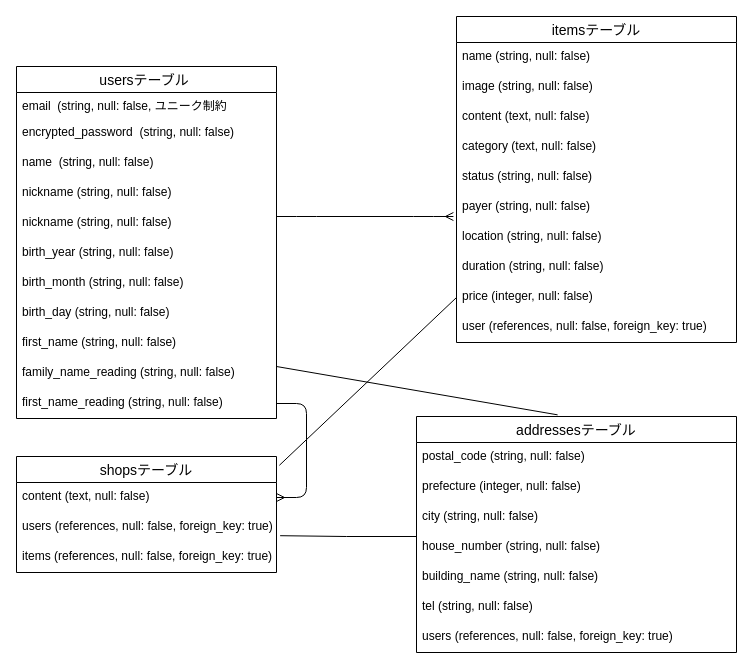
Earlier version of the draw.io diagram furima-39267.dio (okuroshiro/furima-39267). Source tidied: cells renumbered, new cells numbered last; positions are measured from the earlier drawing's top-left corner, leaving out a move shared by most shapes. Both pictures are drawn from the tidied source at 100%, with x=0, y=0 at pixel (16, 16).
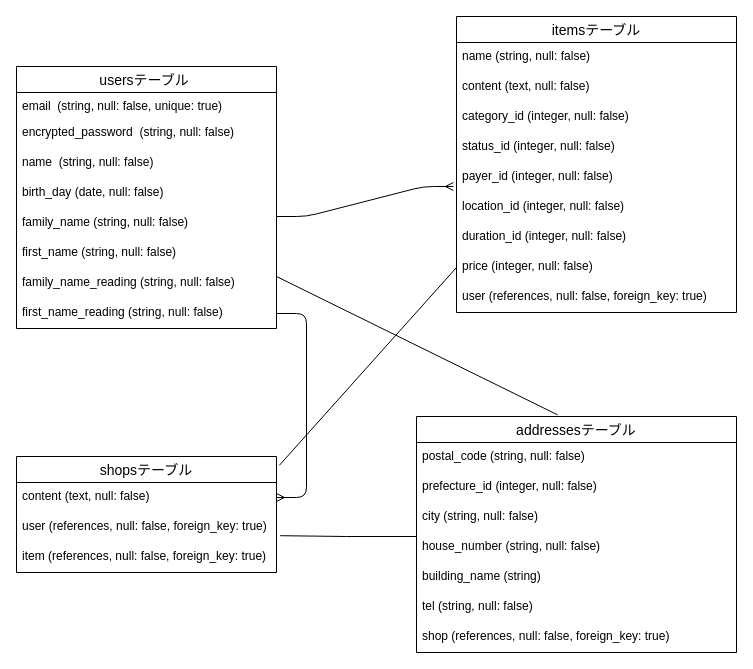
The same page after the edit.

Commit message (it also covers changes not shown here):
データベース設計　修正

The change refers to these unchanged cells:
```xml
<mxCell id="25" value="addressesテーブル" style="swimlane;fontStyle=0;horizontal=1;startSize=26;align=center;fontSize=14;" parent="1" vertex="1">
  <mxGeometry x="400" y="400" width="320" height="236" as="geometry" />
</mxCell>
<mxCell id="33" value="shopsテーブル" style="swimlane;fontStyle=0;horizontal=1;startSize=26;align=center;fontSize=14;" parent="1" vertex="1">
  <mxGeometry y="440" width="260" height="116" as="geometry" />
</mxCell>
```

Diff of the diagram source:
```diff
@@
     <mxCell id="2" value="usersテーブル " style="swimlane;fontStyle=0;horizontal=1;startSize=26;align=center;fontSize=14;" parent="1" vertex="1">
-      <mxGeometry y="50" width="260" height="352" as="geometry" />
+      <mxGeometry y="50" width="260" height="262" as="geometry" />
     </mxCell>
-    <mxCell id="3" value="email  (string, null: false, ユニーク制約" style="text;strokeColor=none;fillColor=none;spacingLeft=4;spacingRight=4;overflow=hidden;fontSize=12;" parent="2" vertex="1">
+    <mxCell id="3" value="email  (string, null: false, unique: true)" style="text;strokeColor=none;fillColor=none;spacingLeft=4;spacingRight=4;overflow=hidden;fontSize=12;" parent="2" vertex="1">
       <mxGeometry y="26" width="260" height="26" as="geometry" />
     </mxCell>
@@
-    <mxCell id="6" value="nickname (string, null: false)" style="text;strokeColor=none;fillColor=none;spacingLeft=4;spacingRight=4;overflow=hidden;fontSize=12;" parent="2" vertex="1">
-      <mxGeometry y="112" width="260" height="30" as="geometry" />
-    </mxCell>
-    <mxCell id="7" value="nickname (string, null: false)" style="text;strokeColor=none;fillColor=none;spacingLeft=4;spacingRight=4;overflow=hidden;fontSize=12;" parent="2" vertex="1">
-      <mxGeometry y="142" width="260" height="30" as="geometry" />
-    </mxCell>
-    <mxCell id="8" value="birth_year (string, null: false)" style="text;strokeColor=none;fillColor=none;spacingLeft=4;spacingRight=4;overflow=hidden;fontSize=12;" parent="2" vertex="1">
-      <mxGeometry y="172" width="260" height="30" as="geometry" />
-    </mxCell>
-    <mxCell id="9" value="birth_month (string, null: false)" style="text;strokeColor=none;fillColor=none;spacingLeft=4;spacingRight=4;overflow=hidden;fontSize=12;" parent="2" vertex="1">
-      <mxGeometry y="202" width="260" height="30" as="geometry" />
-    </mxCell>
-    <mxCell id="10" value="birth_day (string, null: false)" style="text;strokeColor=none;fillColor=none;spacingLeft=4;spacingRight=4;overflow=hidden;fontSize=12;" parent="2" vertex="1">
-      <mxGeometry y="232" width="260" height="30" as="geometry" />
+    <mxCell id="10" value="birth_day (date, null: false)" style="text;strokeColor=none;fillColor=none;spacingLeft=4;spacingRight=4;overflow=hidden;fontSize=12;" parent="2" vertex="1">
+      <mxGeometry y="112" width="260" height="30" as="geometry" />
     </mxCell>
+    <mxCell id="43" value="family_name (string, null: false)&#10;" style="text;strokeColor=none;fillColor=none;spacingLeft=4;spacingRight=4;overflow=hidden;fontSize=12;" parent="2" vertex="1">
+      <mxGeometry y="142" width="260" height="30" as="geometry" />
+    </mxCell>
     <mxCell id="11" value="first_name (string, null: false)" style="text;strokeColor=none;fillColor=none;spacingLeft=4;spacingRight=4;overflow=hidden;fontSize=12;" parent="2" vertex="1">
-      <mxGeometry y="262" width="260" height="30" as="geometry" />
+      <mxGeometry y="172" width="260" height="30" as="geometry" />
     </mxCell>
     <mxCell id="12" value="family_name_reading (string, null: false)" style="text;strokeColor=none;fillColor=none;spacingLeft=4;spacingRight=4;overflow=hidden;points=[[0,0.5],[1,0.5]];portConstraint=eastwest;fontSize=12;" parent="2" vertex="1">
-      <mxGeometry y="292" width="260" height="30" as="geometry" />
+      <mxGeometry y="202" width="260" height="30" as="geometry" />
     </mxCell>
     <mxCell id="13" value="first_name_reading (string, null: false)" style="text;strokeColor=none;fillColor=none;spacingLeft=4;spacingRight=4;overflow=hidden;points=[[0,0.5],[1,0.5]];portConstraint=eastwest;fontSize=12;" parent="2" vertex="1">
-      <mxGeometry y="322" width="260" height="30" as="geometry" />
+      <mxGeometry y="232" width="260" height="30" as="geometry" />
     </mxCell>
     <mxCell id="14" value="itemsテーブル" style="swimlane;fontStyle=0;horizontal=1;startSize=26;align=center;fontSize=14;" parent="1" vertex="1">
-      <mxGeometry x="440" width="280" height="326" as="geometry" />
+      <mxGeometry x="440" width="280" height="296" as="geometry" />
     </mxCell>
@@
-    <mxCell id="16" value="image (string, null: false)" style="text;strokeColor=none;fillColor=none;spacingLeft=4;spacingRight=4;overflow=hidden;fontSize=12;" parent="14" vertex="1">
-      <mxGeometry y="56" width="280" height="30" as="geometry" />
-    </mxCell>
     <mxCell id="17" value="content (text, null: false)" style="text;strokeColor=none;fillColor=none;spacingLeft=4;spacingRight=4;overflow=hidden;fontSize=12;" parent="14" vertex="1">
-      <mxGeometry y="86" width="280" height="30" as="geometry" />
+      <mxGeometry y="56" width="280" height="30" as="geometry" />
     </mxCell>
-    <mxCell id="18" value="category (text, null: false)" style="text;strokeColor=none;fillColor=none;spacingLeft=4;spacingRight=4;overflow=hidden;fontSize=12;" parent="14" vertex="1">
-      <mxGeometry y="116" width="280" height="30" as="geometry" />
+    <mxCell id="18" value="category_id (integer, null: false)" style="text;strokeColor=none;fillColor=none;spacingLeft=4;spacingRight=4;overflow=hidden;fontSize=12;" parent="14" vertex="1">
+      <mxGeometry y="86" width="280" height="30" as="geometry" />
     </mxCell>
-    <mxCell id="19" value="status (string, null: false)" style="text;strokeColor=none;fillColor=none;spacingLeft=4;spacingRight=4;overflow=hidden;fontSize=12;" parent="14" vertex="1">
-      <mxGeometry y="146" width="280" height="30" as="geometry" />
+    <mxCell id="19" value="status_id (integer, null: false)" style="text;strokeColor=none;fillColor=none;spacingLeft=4;spacingRight=4;overflow=hidden;fontSize=12;" parent="14" vertex="1">
+      <mxGeometry y="116" width="280" height="30" as="geometry" />
     </mxCell>
-    <mxCell id="20" value="payer (string, null: false)" style="text;strokeColor=none;fillColor=none;spacingLeft=4;spacingRight=4;overflow=hidden;points=[[0,0.5],[1,0.5]];portConstraint=eastwest;fontSize=12;" parent="14" vertex="1">
-      <mxGeometry y="176" width="280" height="30" as="geometry" />
+    <mxCell id="20" value="payer_id (integer, null: false)" style="text;strokeColor=none;fillColor=none;spacingLeft=4;spacingRight=4;overflow=hidden;points=[[0,0.5],[1,0.5]];portConstraint=eastwest;fontSize=12;" parent="14" vertex="1">
+      <mxGeometry y="146" width="280" height="30" as="geometry" />
     </mxCell>
-    <mxCell id="21" value="location (string, null: false)" style="text;strokeColor=none;fillColor=none;spacingLeft=4;spacingRight=4;overflow=hidden;fontSize=12;" parent="14" vertex="1">
-      <mxGeometry y="206" width="280" height="30" as="geometry" />
+    <mxCell id="21" value="location_id (integer, null: false)" style="text;strokeColor=none;fillColor=none;spacingLeft=4;spacingRight=4;overflow=hidden;fontSize=12;" parent="14" vertex="1">
+      <mxGeometry y="176" width="280" height="30" as="geometry" />
     </mxCell>
-    <mxCell id="22" value="duration (string, null: false)" style="text;strokeColor=none;fillColor=none;spacingLeft=4;spacingRight=4;overflow=hidden;fontSize=12;" parent="14" vertex="1">
-      <mxGeometry y="236" width="280" height="30" as="geometry" />
+    <mxCell id="22" value="duration_id (integer, null: false)" style="text;strokeColor=none;fillColor=none;spacingLeft=4;spacingRight=4;overflow=hidden;fontSize=12;" parent="14" vertex="1">
+      <mxGeometry y="206" width="280" height="30" as="geometry" />
     </mxCell>
     <mxCell id="23" value="price (integer, null: false)" style="text;strokeColor=none;fillColor=none;spacingLeft=4;spacingRight=4;overflow=hidden;points=[[0,0.5],[1,0.5]];portConstraint=eastwest;fontSize=12;" parent="14" vertex="1">
-      <mxGeometry y="266" width="280" height="30" as="geometry" />
+      <mxGeometry y="236" width="280" height="30" as="geometry" />
     </mxCell>
     <mxCell id="24" value="user (references, null: false, foreign_key: true)" style="text;strokeColor=none;fillColor=none;spacingLeft=4;spacingRight=4;overflow=hidden;fontSize=12;" parent="14" vertex="1">
-      <mxGeometry y="296" width="280" height="30" as="geometry" />
+      <mxGeometry y="266" width="280" height="30" as="geometry" />
     </mxCell>
@@
-    <mxCell id="27" value="prefecture (integer, null: false)" style="text;strokeColor=none;fillColor=none;spacingLeft=4;spacingRight=4;overflow=hidden;fontSize=12;" parent="25" vertex="1">
+    <mxCell id="27" value="prefecture_id (integer, null: false)" style="text;strokeColor=none;fillColor=none;spacingLeft=4;spacingRight=4;overflow=hidden;fontSize=12;" parent="25" vertex="1">
       <mxGeometry y="56" width="320" height="30" as="geometry" />
     </mxCell>
@@
-    <mxCell id="30" value="building_name (string, null: false)" style="text;strokeColor=none;fillColor=none;spacingLeft=4;spacingRight=4;overflow=hidden;fontSize=12;" parent="25" vertex="1">
+    <mxCell id="30" value="building_name (string)" style="text;strokeColor=none;fillColor=none;spacingLeft=4;spacingRight=4;overflow=hidden;fontSize=12;" parent="25" vertex="1">
       <mxGeometry y="146" width="320" height="30" as="geometry" />
     </mxCell>
@@
-    <mxCell id="32" value="users (references, null: false, foreign_key: true)" style="text;strokeColor=none;fillColor=none;spacingLeft=4;spacingRight=4;overflow=hidden;fontSize=12;" parent="25" vertex="1">
+    <mxCell id="32" value="shop (references, null: false, foreign_key: true)" style="text;strokeColor=none;fillColor=none;spacingLeft=4;spacingRight=4;overflow=hidden;fontSize=12;" parent="25" vertex="1">
       <mxGeometry y="206" width="320" height="30" as="geometry" />
     </mxCell>
@@
-    <mxCell id="35" value="users (references, null: false, foreign_key: true)" style="text;strokeColor=none;fillColor=none;spacingLeft=4;spacingRight=4;overflow=hidden;points=[[0,0.5],[1,0.5]];portConstraint=eastwest;fontSize=12;" parent="33" vertex="1">
+    <mxCell id="35" value="user (references, null: false, foreign_key: true)" style="text;strokeColor=none;fillColor=none;spacingLeft=4;spacingRight=4;overflow=hidden;points=[[0,0.5],[1,0.5]];portConstraint=eastwest;fontSize=12;" parent="33" vertex="1">
       <mxGeometry y="56" width="260" height="30" as="geometry" />
     </mxCell>
-    <mxCell id="36" value="items (references, null: false, foreign_key: true)" style="text;strokeColor=none;fillColor=none;spacingLeft=4;spacingRight=4;overflow=hidden;fontSize=12;" parent="33" vertex="1">
+    <mxCell id="36" value="item (references, null: false, foreign_key: true)" style="text;strokeColor=none;fillColor=none;spacingLeft=4;spacingRight=4;overflow=hidden;fontSize=12;" parent="33" vertex="1">
       <mxGeometry y="86" width="260" height="30" as="geometry" />
     </mxCell>
```
